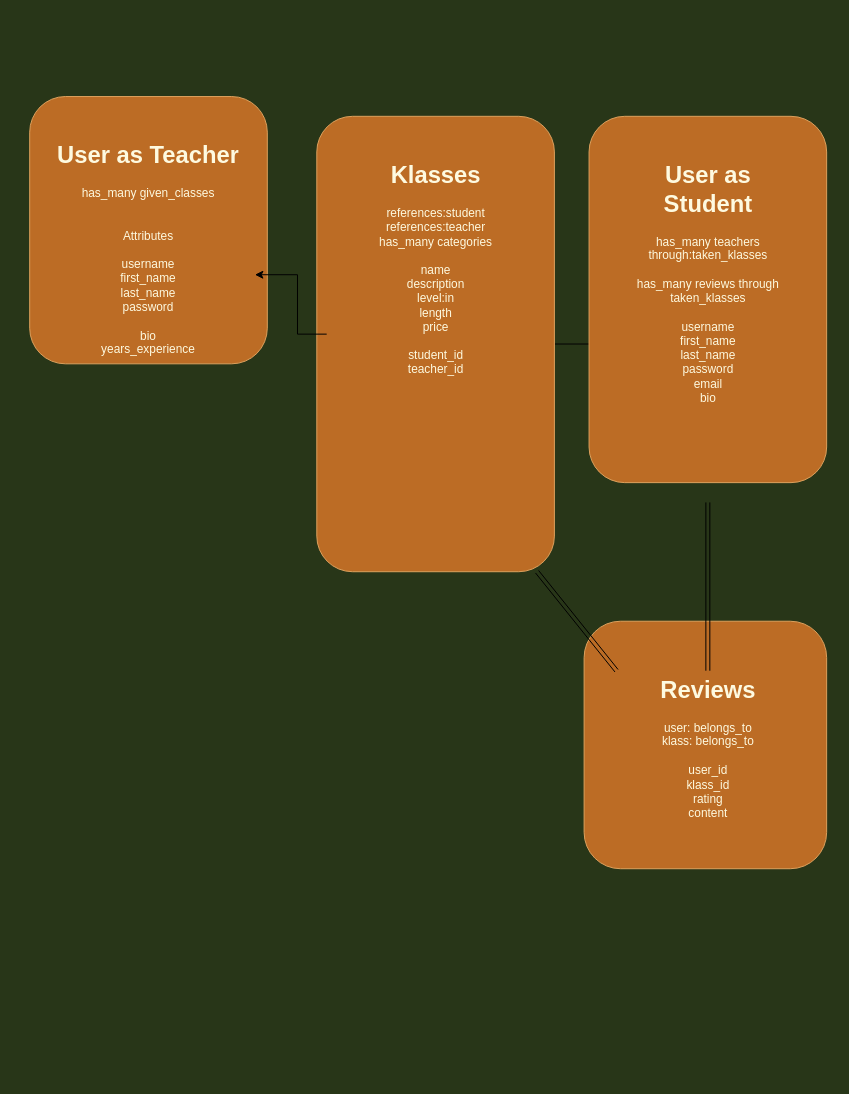
Earlier version of the draw.io diagram PLAN.drawio (Zacharyflynn06/flow). Source tidied: cells renumbered, new cells numbered last; positions are measured from the earlier drawing's top-left corner, leaving out a move shared by most shapes. Both pictures are drawn from the tidied source at 99%, with x=0, y=0 at pixel (30, 96).
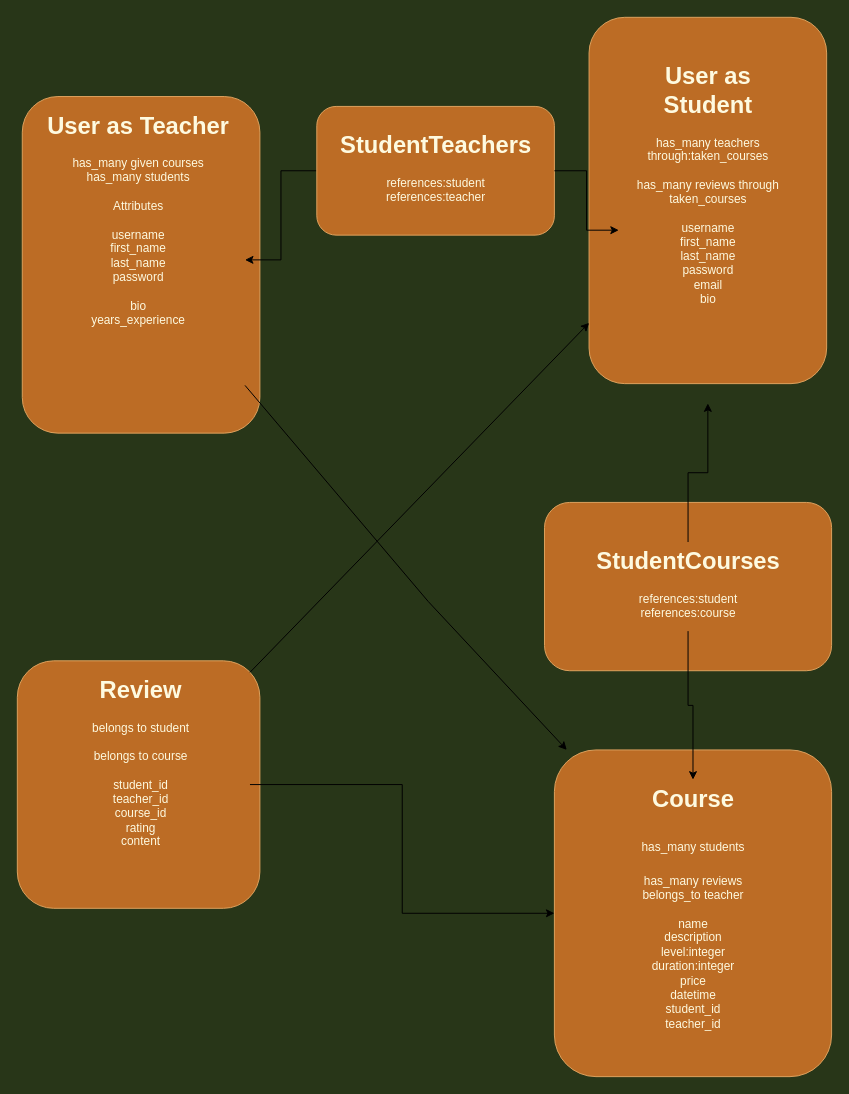
After the change.

Commit message (it also covers changes not shown here):
move draw.io and requirements to main folder

The edit, as a diff of the source:
```diff
@@
     <mxCell id="2" style="rounded=1;whiteSpace=wrap;html=1;sketch=0;strokeColor=#DDA15E;fillColor=#BC6C25;fontColor=#FEFAE0;" parent="1" vertex="1">
-      <mxGeometry x="-0.5" width="240" height="270" as="geometry" />
+      <mxGeometry x="-8" width="240" height="340" as="geometry" />
     </mxCell>
-    <mxCell id="3" style="edgeStyle=orthogonalEdgeStyle;rounded=0;jettySize=auto;html=1;" parent="1" edge="1" source="4" target="11">
-      <mxGeometry relative="1" as="geometry">
-        <Array as="points">
-          <mxPoint x="644" y="250" />
-        </Array>
-      </mxGeometry>
-    </mxCell>
+    <mxCell id="15" style="edgeStyle=orthogonalEdgeStyle;rounded=0;jettySize=auto;html=1;" parent="1" edge="1" source="4" target="7">
+      <mxGeometry relative="1" as="geometry" />
+    </mxCell>
     <mxCell id="4" style="rounded=1;whiteSpace=wrap;html=1;sketch=0;strokeColor=#DDA15E;fillColor=#BC6C25;fontColor=#FEFAE0;" parent="1" vertex="1">
-      <mxGeometry x="289.5" y="20" width="240" height="460" as="geometry" />
+      <mxGeometry x="289.5" y="10" width="240" height="130" as="geometry" />
     </mxCell>
-    <mxCell id="5" style="edgeStyle=orthogonalEdgeStyle;rounded=0;jettySize=auto;html=1;" parent="1" edge="1" source="6" target="7">
-      <mxGeometry relative="1" as="geometry">
-        <Array as="points">
-          <mxPoint x="270" y="240" />
-          <mxPoint x="270" y="180" />
-        </Array>
-      </mxGeometry>
-    </mxCell>
-    <mxCell id="6" value="&lt;h1&gt;Klasses&lt;/h1&gt;&lt;div&gt;references:student&lt;/div&gt;&lt;div&gt;references:teacher&lt;/div&gt;&lt;div&gt;has_many categories&lt;/div&gt;&lt;div&gt;&lt;br&gt;&lt;/div&gt;&lt;div style=&quot;text-align: left&quot;&gt;&lt;div style=&quot;text-align: center&quot;&gt;name&lt;/div&gt;&lt;div style=&quot;text-align: center&quot;&gt;description&lt;/div&gt;&lt;div style=&quot;text-align: center&quot;&gt;level:in&lt;/div&gt;&lt;div style=&quot;text-align: center&quot;&gt;length&lt;/div&gt;&lt;div style=&quot;text-align: center&quot;&gt;price&lt;/div&gt;&lt;div style=&quot;text-align: center&quot;&gt;&lt;br&gt;&lt;/div&gt;&lt;div style=&quot;text-align: center&quot;&gt;student_id&lt;/div&gt;&lt;div style=&quot;text-align: center&quot;&gt;teacher_id&lt;/div&gt;&lt;div style=&quot;text-align: center&quot;&gt;&lt;br&gt;&lt;/div&gt;&lt;div style=&quot;text-align: center&quot;&gt;&lt;br&gt;&lt;/div&gt;&lt;div style=&quot;text-align: center&quot;&gt;&lt;br&gt;&lt;/div&gt;&lt;/div&gt;" style="text;html=1;strokeColor=none;fillColor=none;spacing=5;spacingTop=-20;whiteSpace=wrap;overflow=hidden;rounded=0;sketch=0;fontColor=#FEFAE0;align=center;" parent="1" vertex="1">
-      <mxGeometry x="299.5" y="60" width="220" height="360" as="geometry" />
-    </mxCell>
+    <mxCell id="16" style="edgeStyle=none;rounded=0;jettySize=auto;html=1;" parent="1" edge="1" source="7">
+      <mxGeometry relative="1" as="geometry">
+        <mxPoint x="542" y="660" as="targetPoint" />
+        <Array as="points">
+          <mxPoint x="402" y="510" />
+        </Array>
+      </mxGeometry>
+    </mxCell>
-    <mxCell id="7" value="&lt;h1&gt;User as Teacher&lt;/h1&gt;&lt;div&gt;has_many given_classes&lt;/div&gt;&lt;div&gt;&amp;nbsp;&lt;/div&gt;&lt;div&gt;&lt;br&gt;&lt;/div&gt;&lt;div&gt;Attributes&lt;/div&gt;&lt;div&gt;&lt;br&gt;&lt;/div&gt;&lt;div&gt;username&lt;/div&gt;&lt;div&gt;first_name&lt;/div&gt;&lt;div&gt;last_name&lt;/div&gt;&lt;div&gt;password&lt;/div&gt;&lt;div&gt;&lt;br&gt;&lt;/div&gt;&lt;div&gt;bio&lt;/div&gt;&lt;div&gt;years_experience&lt;/div&gt;" style="text;html=1;strokeColor=none;fillColor=none;spacing=5;spacingTop=-20;whiteSpace=wrap;overflow=hidden;rounded=0;sketch=0;fontColor=#FEFAE0;align=center;" parent="1" vertex="1">
-      <mxGeometry x="12" y="40" width="215" height="230" as="geometry" />
+    <mxCell id="7" value="&lt;h1&gt;User as Teacher&lt;/h1&gt;&lt;div&gt;&lt;span&gt;has_many given courses&lt;/span&gt;&lt;/div&gt;&lt;div&gt;&lt;span&gt;has_many students&lt;/span&gt;&lt;/div&gt;&lt;div&gt;&lt;br&gt;&lt;/div&gt;&lt;div&gt;Attributes&lt;/div&gt;&lt;div&gt;&lt;br&gt;&lt;/div&gt;&lt;div&gt;username&lt;/div&gt;&lt;div&gt;first_name&lt;/div&gt;&lt;div&gt;last_name&lt;/div&gt;&lt;div&gt;password&lt;/div&gt;&lt;div&gt;&lt;br&gt;&lt;/div&gt;&lt;div&gt;bio&lt;/div&gt;&lt;div&gt;years_experience&lt;/div&gt;" style="text;html=1;strokeColor=none;fillColor=none;spacing=5;spacingTop=-20;whiteSpace=wrap;overflow=hidden;rounded=0;sketch=0;fontColor=#FEFAE0;align=center;" parent="1" vertex="1">
+      <mxGeometry x="2" y="10" width="215" height="310" as="geometry" />
     </mxCell>
@@
     <mxCell id="9" style="rounded=1;whiteSpace=wrap;html=1;sketch=0;strokeColor=#DDA15E;fillColor=#BC6C25;fontColor=#FEFAE0;" parent="1" vertex="1">
-      <mxGeometry x="559.5" y="530" width="245" height="250" as="geometry" />
+      <mxGeometry x="-13" y="570" width="245" height="250" as="geometry" />
     </mxCell>
     <mxCell id="10" value="&lt;br&gt;&lt;br&gt;" style="rounded=1;whiteSpace=wrap;html=1;sketch=0;strokeColor=#DDA15E;fillColor=#BC6C25;fontColor=#FEFAE0;" parent="1" vertex="1">
-      <mxGeometry x="564.5" y="20" width="240" height="370" as="geometry" />
+      <mxGeometry x="564.5" y="-80" width="240" height="370" as="geometry" />
     </mxCell>
-    <mxCell id="11" value="&lt;h1&gt;User as Student&lt;/h1&gt;&lt;div&gt;has_many teachers&lt;/div&gt;&lt;div&gt;through:taken_klasses&lt;/div&gt;&lt;div&gt;&lt;br&gt;&lt;/div&gt;&lt;div&gt;has_many reviews through&lt;/div&gt;&lt;div&gt;taken_klasses&lt;/div&gt;&lt;div&gt;&lt;br&gt;&lt;/div&gt;&lt;div&gt;username&lt;/div&gt;&lt;div&gt;first_name&lt;/div&gt;&lt;div&gt;last_name&lt;/div&gt;&lt;div&gt;password&lt;/div&gt;&lt;div&gt;email&lt;/div&gt;&lt;div&gt;bio&lt;/div&gt;" style="text;html=1;strokeColor=none;fillColor=none;spacing=5;spacingTop=-20;whiteSpace=wrap;overflow=hidden;rounded=0;sketch=0;fontColor=#FEFAE0;align=center;" parent="1" vertex="1">
-      <mxGeometry x="594.5" y="60" width="180" height="350" as="geometry" />
+    <mxCell id="11" value="&lt;h1&gt;User as Student&lt;/h1&gt;&lt;div&gt;has_many teachers&lt;/div&gt;&lt;div&gt;through:taken_courses&lt;/div&gt;&lt;div&gt;&lt;br&gt;&lt;/div&gt;&lt;div&gt;has_many reviews through&lt;/div&gt;&lt;div&gt;taken_courses&lt;/div&gt;&lt;div&gt;&lt;br&gt;&lt;/div&gt;&lt;div&gt;username&lt;/div&gt;&lt;div&gt;first_name&lt;/div&gt;&lt;div&gt;last_name&lt;/div&gt;&lt;div&gt;password&lt;/div&gt;&lt;div&gt;email&lt;/div&gt;&lt;div&gt;bio&lt;/div&gt;" style="text;html=1;strokeColor=none;fillColor=none;spacing=5;spacingTop=-20;whiteSpace=wrap;overflow=hidden;rounded=0;sketch=0;fontColor=#FEFAE0;align=center;" parent="1" vertex="1">
+      <mxGeometry x="594.5" y="-40" width="180" height="350" as="geometry" />
     </mxCell>
-    <mxCell id="12" style="endArrow=classic;html=1;shape=link;" parent="1" edge="1" source="13">
-      <mxGeometry relative="1" as="geometry">
-        <mxPoint x="512" y="480" as="targetPoint" />
-      </mxGeometry>
-    </mxCell>
+    <mxCell id="17" style="rounded=1;whiteSpace=wrap;html=1;sketch=0;strokeColor=#DDA15E;fillColor=#BC6C25;fontColor=#FEFAE0;" parent="1" vertex="1">
+      <mxGeometry x="529.5" y="660" width="280" height="330" as="geometry" />
+    </mxCell>
+    <mxCell id="6" value="&lt;h1&gt;&lt;span&gt;Course&lt;/span&gt;&lt;/h1&gt;&lt;h1&gt;&lt;span style=&quot;font-size: 12px ; font-weight: normal&quot;&gt;has_many students&lt;/span&gt;&lt;br&gt;&lt;/h1&gt;&lt;div&gt;&lt;span style=&quot;font-size: 12px ; font-weight: normal&quot;&gt;has_many reviews&lt;/span&gt;&lt;/div&gt;&lt;div&gt;belongs_to teacher&lt;/div&gt;&lt;div&gt;&lt;br&gt;&lt;/div&gt;&lt;div style=&quot;text-align: left&quot;&gt;&lt;div style=&quot;text-align: center&quot;&gt;name&lt;/div&gt;&lt;div style=&quot;text-align: center&quot;&gt;description&lt;/div&gt;&lt;div style=&quot;text-align: center&quot;&gt;level:integer&lt;/div&gt;&lt;div style=&quot;text-align: center&quot;&gt;duration:integer&lt;/div&gt;&lt;div style=&quot;text-align: center&quot;&gt;price&lt;/div&gt;&lt;div style=&quot;text-align: center&quot;&gt;datetime&lt;/div&gt;&lt;div style=&quot;text-align: center&quot;&gt;student_id&lt;/div&gt;&lt;div style=&quot;text-align: center&quot;&gt;teacher_id&lt;/div&gt;&lt;div style=&quot;text-align: center&quot;&gt;&lt;br&gt;&lt;/div&gt;&lt;div style=&quot;text-align: center&quot;&gt;&lt;br&gt;&lt;/div&gt;&lt;div style=&quot;text-align: center&quot;&gt;&lt;br&gt;&lt;/div&gt;&lt;/div&gt;" style="text;html=1;strokeColor=none;fillColor=none;spacing=5;spacingTop=-20;whiteSpace=wrap;overflow=hidden;rounded=0;sketch=0;fontColor=#FEFAE0;align=center;" parent="1" vertex="1">
+      <mxGeometry x="559.5" y="690" width="220" height="260" as="geometry" />
+    </mxCell>
+    <mxCell id="18" style="edgeStyle=orthogonalEdgeStyle;rounded=0;orthogonalLoop=1;jettySize=auto;html=1;exitX=0.5;exitY=1;exitDx=0;exitDy=0;" parent="1" edge="1" source="4" target="4">
+      <mxGeometry relative="1" as="geometry" />
+    </mxCell>
+    <mxCell id="19" value="&lt;h1&gt;StudentTeachers&lt;/h1&gt;&lt;div&gt;references:student&lt;/div&gt;&lt;div&gt;references:teacher&lt;/div&gt;&lt;div&gt;&lt;br&gt;&lt;/div&gt;&lt;div style=&quot;text-align: left&quot;&gt;&lt;div style=&quot;text-align: center&quot;&gt;&lt;br&gt;&lt;/div&gt;&lt;div style=&quot;text-align: center&quot;&gt;&lt;br&gt;&lt;/div&gt;&lt;div style=&quot;text-align: center&quot;&gt;&lt;br&gt;&lt;/div&gt;&lt;div style=&quot;text-align: center&quot;&gt;&lt;br&gt;&lt;/div&gt;&lt;div style=&quot;text-align: center&quot;&gt;&lt;br&gt;&lt;/div&gt;&lt;/div&gt;" style="text;html=1;strokeColor=none;fillColor=none;spacing=5;spacingTop=-20;whiteSpace=wrap;overflow=hidden;rounded=0;sketch=0;fontColor=#FEFAE0;align=center;" parent="1" vertex="1">
+      <mxGeometry x="299.5" y="30" width="220" height="170" as="geometry" />
+    </mxCell>
+    <mxCell id="20" style="edgeStyle=orthogonalEdgeStyle;rounded=0;orthogonalLoop=1;jettySize=auto;html=1;exitX=0.5;exitY=1;exitDx=0;exitDy=0;" parent="1" edge="1" source="4" target="4">
+      <mxGeometry relative="1" as="geometry" />
+    </mxCell>
+    <mxCell id="3" style="edgeStyle=orthogonalEdgeStyle;rounded=0;jettySize=auto;html=1;" parent="1" edge="1" source="4" target="11">
+      <mxGeometry relative="1" as="geometry" />
+    </mxCell>
+    <mxCell id="21" style="edgeStyle=orthogonalEdgeStyle;rounded=0;jettySize=auto;html=1;" parent="1" edge="1" source="13" target="17">
+      <mxGeometry relative="1" as="geometry" />
+    </mxCell>
+    <mxCell id="22" style="edgeStyle=none;rounded=0;jettySize=auto;html=1;" parent="1" edge="1" source="13" target="10">
+      <mxGeometry relative="1" as="geometry" />
+    </mxCell>
-    <mxCell id="13" value="&lt;h1&gt;Reviews&lt;/h1&gt;&lt;div&gt;user: belongs_to&lt;/div&gt;&lt;div&gt;klass: belongs_to&lt;/div&gt;&lt;div&gt;&lt;br&gt;&lt;/div&gt;&lt;div&gt;user_id&lt;/div&gt;&lt;div&gt;klass_id&lt;/div&gt;&lt;div&gt;rating&lt;/div&gt;&lt;div&gt;content&lt;/div&gt;&lt;div&gt;&lt;br&gt;&lt;/div&gt;&lt;div style=&quot;text-align: left&quot;&gt;&lt;div style=&quot;text-align: center&quot;&gt;&lt;br&gt;&lt;/div&gt;&lt;div style=&quot;text-align: center&quot;&gt;&lt;br&gt;&lt;/div&gt;&lt;/div&gt;" style="text;html=1;strokeColor=none;fillColor=none;spacing=5;spacingTop=-20;whiteSpace=wrap;overflow=hidden;rounded=0;sketch=0;fontColor=#FEFAE0;align=center;" parent="1" vertex="1">
-      <mxGeometry x="574.5" y="580" width="220" height="230" as="geometry" />
+    <mxCell id="13" value="&lt;h1&gt;Review&lt;/h1&gt;&lt;div&gt;belongs to student&lt;/div&gt;&lt;div&gt;&lt;br&gt;&lt;/div&gt;&lt;div&gt;belongs to course&lt;/div&gt;&lt;div&gt;&lt;br&gt;&lt;/div&gt;&lt;div&gt;student_id&lt;/div&gt;&lt;div&gt;teacher_id&lt;/div&gt;&lt;div&gt;course_id&lt;/div&gt;&lt;div&gt;rating&lt;/div&gt;&lt;div&gt;content&lt;/div&gt;&lt;div&gt;&lt;br&gt;&lt;/div&gt;&lt;div style=&quot;text-align: left&quot;&gt;&lt;div style=&quot;text-align: center&quot;&gt;&lt;br&gt;&lt;/div&gt;&lt;div style=&quot;text-align: center&quot;&gt;&lt;br&gt;&lt;/div&gt;&lt;/div&gt;" style="text;html=1;strokeColor=none;fillColor=none;spacing=5;spacingTop=-20;whiteSpace=wrap;overflow=hidden;rounded=0;sketch=0;fontColor=#FEFAE0;align=center;" parent="1" vertex="1">
+      <mxGeometry x="2" y="580" width="220" height="230" as="geometry" />
     </mxCell>
-    <mxCell id="14" style="edgeStyle=orthogonalEdgeStyle;rounded=0;jettySize=auto;html=1;shape=link;" parent="1" edge="1" source="11" target="13">
-      <mxGeometry relative="1" as="geometry" />
-    </mxCell>
+    <mxCell id="23" style="rounded=1;whiteSpace=wrap;html=1;sketch=0;strokeColor=#DDA15E;fillColor=#BC6C25;fontColor=#FEFAE0;" parent="1" vertex="1">
+      <mxGeometry x="519.5" y="410" width="290" height="170" as="geometry" />
+    </mxCell>
+    <mxCell id="24" style="edgeStyle=orthogonalEdgeStyle;rounded=0;jettySize=auto;html=1;" parent="1" edge="1" source="26" target="11">
+      <mxGeometry relative="1" as="geometry" />
+    </mxCell>
+    <mxCell id="25" style="edgeStyle=orthogonalEdgeStyle;rounded=0;jettySize=auto;html=1;" parent="1" edge="1" source="26" target="6">
+      <mxGeometry relative="1" as="geometry" />
+    </mxCell>
+    <mxCell id="26" value="&lt;h1&gt;StudentCourses&lt;/h1&gt;&lt;div&gt;references:student&lt;/div&gt;&lt;div&gt;references:course&lt;/div&gt;&lt;div style=&quot;text-align: left&quot;&gt;&lt;div style=&quot;text-align: center&quot;&gt;&lt;br&gt;&lt;/div&gt;&lt;div style=&quot;text-align: center&quot;&gt;&lt;br&gt;&lt;/div&gt;&lt;div style=&quot;text-align: center&quot;&gt;&lt;br&gt;&lt;/div&gt;&lt;/div&gt;" style="text;html=1;strokeColor=none;fillColor=none;spacing=5;spacingTop=-20;whiteSpace=wrap;overflow=hidden;rounded=0;sketch=0;fontColor=#FEFAE0;align=center;" parent="1" vertex="1">
+      <mxGeometry x="554.5" y="450" width="220" height="90" as="geometry" />
+    </mxCell>
+    <mxCell id="27" style="edgeStyle=orthogonalEdgeStyle;rounded=0;orthogonalLoop=1;jettySize=auto;html=1;exitX=0.5;exitY=1;exitDx=0;exitDy=0;" parent="1" edge="1" source="11" target="11">
+      <mxGeometry relative="1" as="geometry" />
+    </mxCell>
+    <mxCell id="28" style="edgeStyle=orthogonalEdgeStyle;rounded=0;orthogonalLoop=1;jettySize=auto;html=1;exitX=0.5;exitY=1;exitDx=0;exitDy=0;" parent="1" edge="1" source="26" target="26">
+      <mxGeometry relative="1" as="geometry" />
+    </mxCell>
```
